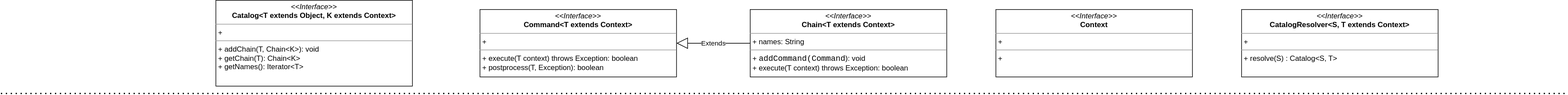
This is biz-chains/docs/draw.io/biz-chains图解.svg from airblock/gustavo-tools, a draw.io export, as it was before one commit. Source tidied: cells renumbered, new cells last; positions are measured from the earlier drawing's top-left corner, leaving out a move shared by most shapes.
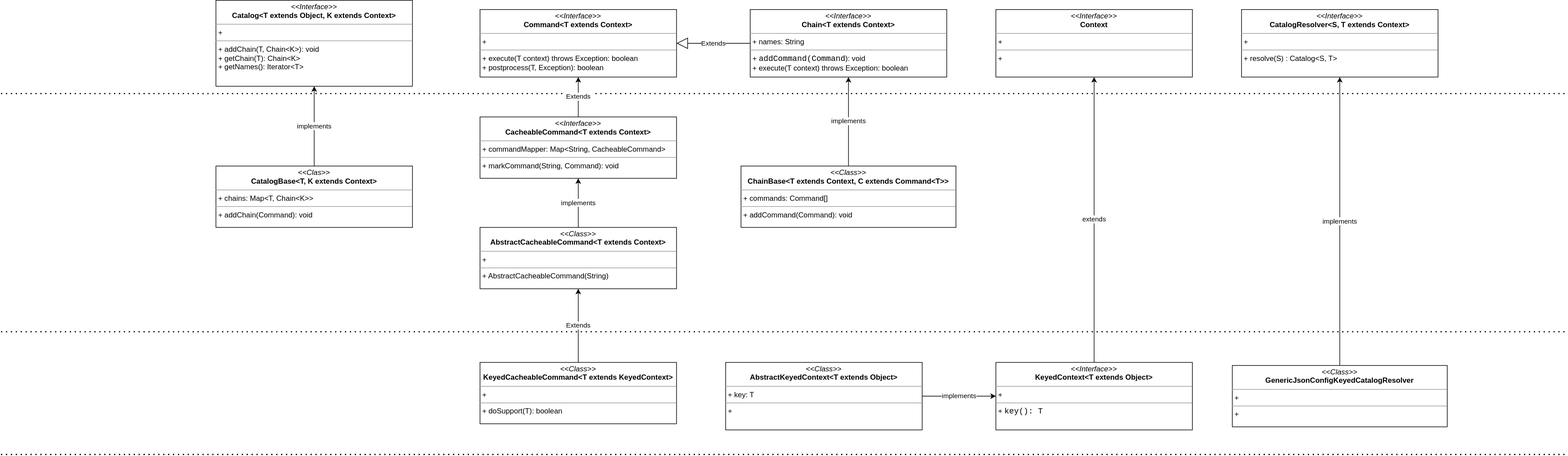
Above is the later version.

Commit message:
solve generic problem

What changed in the source:
```diff
@@ -26,5 +26,65 @@
     <mxCell id="8" value="&lt;p style=&quot;margin: 0px ; margin-top: 4px ; text-align: center&quot;&gt;&lt;i&gt;&amp;lt;&amp;lt;Interface&amp;gt;&amp;gt;&lt;/i&gt;&lt;br&gt;&lt;b&gt;CatalogResolver&amp;lt;S, T extends Context&amp;gt;&lt;/b&gt;&lt;/p&gt;&lt;hr size=&quot;1&quot;&gt;&lt;p style=&quot;margin: 0px ; margin-left: 4px&quot;&gt;+&lt;br&gt;&lt;/p&gt;&lt;hr size=&quot;1&quot;&gt;&lt;p style=&quot;margin: 0px ; margin-left: 4px&quot;&gt;&lt;span&gt;+ resolve(S) : Catalog&amp;lt;S, T&amp;gt;&lt;/span&gt;&lt;br&gt;&lt;/p&gt;" style="verticalAlign=top;align=left;overflow=fill;fontSize=12;fontFamily=Helvetica;html=1;" parent="1" vertex="1">
       <mxGeometry x="2020" y="15" width="320" height="110" as="geometry" />
     </mxCell>
+    <mxCell id="9" value="&amp;nbsp;Extends&amp;nbsp;" style="edgeStyle=orthogonalEdgeStyle;rounded=0;jettySize=auto;html=1;exitX=0.5;exitY=0;exitDx=0;exitDy=0;entryX=0.5;entryY=1;entryDx=0;entryDy=0;" parent="1" edge="1" source="11" target="5">
+      <mxGeometry relative="1" as="geometry" />
+    </mxCell>
+    <mxCell id="10" value="implements" style="edgeStyle=orthogonalEdgeStyle;rounded=0;jettySize=auto;html=1;" parent="1" edge="1" source="13" target="11">
+      <mxGeometry relative="1" as="geometry" />
+    </mxCell>
+    <mxCell id="11" value="&lt;p style=&quot;margin: 0px ; margin-top: 4px ; text-align: center&quot;&gt;&lt;i&gt;&amp;lt;&amp;lt;Interface&amp;gt;&amp;gt;&lt;/i&gt;&lt;br&gt;&lt;b&gt;CacheableCommand&amp;lt;T extends Context&amp;gt;&lt;/b&gt;&lt;/p&gt;&lt;hr size=&quot;1&quot;&gt;&lt;p style=&quot;margin: 0px ; margin-left: 4px&quot;&gt;+ commandMapper: Map&amp;lt;String, CacheableCommand&amp;gt;&amp;nbsp;&lt;/p&gt;&lt;hr size=&quot;1&quot;&gt;&lt;p style=&quot;margin: 0px ; margin-left: 4px&quot;&gt;+ markCommand(String, Command): void&lt;/p&gt;" style="verticalAlign=top;align=left;overflow=fill;fontSize=12;fontFamily=Helvetica;html=1;" parent="1" vertex="1">
+      <mxGeometry x="780" y="190" width="320" height="100" as="geometry" />
+    </mxCell>
+    <mxCell id="12" value="Extends" style="edgeStyle=orthogonalEdgeStyle;rounded=0;jettySize=auto;html=1;" parent="1" edge="1" source="25" target="13">
+      <mxGeometry relative="1" as="geometry" />
+    </mxCell>
+    <mxCell id="13" value="&lt;p style=&quot;margin: 0px ; margin-top: 4px ; text-align: center&quot;&gt;&lt;i&gt;&amp;lt;&amp;lt;Class&amp;gt;&amp;gt;&lt;/i&gt;&lt;br&gt;&lt;b&gt;AbstractCacheableCommand&amp;lt;T extends Context&amp;gt;&lt;/b&gt;&lt;br&gt;&lt;/p&gt;&lt;hr size=&quot;1&quot;&gt;&lt;p style=&quot;margin: 0px ; margin-left: 4px&quot;&gt;+&amp;nbsp;&lt;/p&gt;&lt;hr size=&quot;1&quot;&gt;&lt;p style=&quot;margin: 0px ; margin-left: 4px&quot;&gt;+ AbstractCacheableCommand(String)&lt;/p&gt;" style="verticalAlign=top;align=left;overflow=fill;fontSize=12;fontFamily=Helvetica;html=1;" parent="1" vertex="1">
+      <mxGeometry x="780" y="370" width="320" height="100" as="geometry" />
+    </mxCell>
+    <mxCell id="14" value="implements" style="edgeStyle=orthogonalEdgeStyle;rounded=0;jettySize=auto;html=1;entryX=0.5;entryY=1;entryDx=0;entryDy=0;" parent="1" edge="1" source="15" target="4">
+      <mxGeometry relative="1" as="geometry" />
+    </mxCell>
+    <mxCell id="15" value="&lt;p style=&quot;margin: 0px ; margin-top: 4px ; text-align: center&quot;&gt;&lt;i&gt;&amp;lt;&amp;lt;Class&amp;gt;&amp;gt;&lt;/i&gt;&lt;br&gt;&lt;b&gt;ChainBase&amp;lt;T extends Context, C extends Command&amp;lt;T&amp;gt;&amp;gt;&lt;/b&gt;&lt;br&gt;&lt;/p&gt;&lt;hr size=&quot;1&quot;&gt;&lt;p style=&quot;margin: 0px ; margin-left: 4px&quot;&gt;+ commands: Command[]&amp;nbsp;&lt;/p&gt;&lt;hr size=&quot;1&quot;&gt;&lt;p style=&quot;margin: 0px ; margin-left: 4px&quot;&gt;+ addCommand(Command): void&lt;/p&gt;" style="verticalAlign=top;align=left;overflow=fill;fontSize=12;fontFamily=Helvetica;html=1;" parent="1" vertex="1">
+      <mxGeometry x="1205" y="270" width="350" height="100" as="geometry" />
+    </mxCell>
+    <mxCell id="16" value="implements" style="edgeStyle=orthogonalEdgeStyle;rounded=0;jettySize=auto;html=1;" parent="1" edge="1" source="17" target="3">
+      <mxGeometry relative="1" as="geometry" />
+    </mxCell>
+    <mxCell id="17" value="&lt;p style=&quot;margin: 0px ; margin-top: 4px ; text-align: center&quot;&gt;&lt;i&gt;&amp;lt;&amp;lt;Clas&amp;gt;&amp;gt;&lt;/i&gt;&lt;br&gt;&lt;b&gt;CatalogBase&amp;lt;T, K extends Context&amp;gt;&lt;/b&gt;&lt;br&gt;&lt;/p&gt;&lt;hr size=&quot;1&quot;&gt;&lt;p style=&quot;margin: 0px ; margin-left: 4px&quot;&gt;+ chains: Map&amp;lt;T, Chain&amp;lt;K&amp;gt;&amp;gt;&amp;nbsp;&lt;/p&gt;&lt;hr size=&quot;1&quot;&gt;&lt;p style=&quot;margin: 0px ; margin-left: 4px&quot;&gt;+ addChain(Command): void&lt;/p&gt;" style="verticalAlign=top;align=left;overflow=fill;fontSize=12;fontFamily=Helvetica;html=1;" parent="1" vertex="1">
+      <mxGeometry x="350" y="270" width="320" height="100" as="geometry" />
+    </mxCell>
+    <mxCell id="18" style="endArrow=none;dashed=1;html=1;dashPattern=1 3;strokeWidth=2;rounded=0;" parent="1" edge="1">
+      <mxGeometry relative="1" as="geometry">
+        <mxPoint y="540" as="sourcePoint" />
+        <mxPoint x="2550" y="540" as="targetPoint" />
+      </mxGeometry>
+    </mxCell>
+    <mxCell id="19" value="extends" style="edgeStyle=orthogonalEdgeStyle;rounded=0;jettySize=auto;html=1;entryX=0.5;entryY=1;entryDx=0;entryDy=0;" parent="1" edge="1" source="21" target="7">
+      <mxGeometry relative="1" as="geometry" />
+    </mxCell>
+    <mxCell id="20" value="implements" style="edgeStyle=orthogonalEdgeStyle;rounded=0;jettySize=auto;html=1;" parent="1" edge="1" source="24" target="21">
+      <mxGeometry relative="1" as="geometry" />
+    </mxCell>
+    <mxCell id="21" value="&lt;p style=&quot;margin: 0px ; margin-top: 4px ; text-align: center&quot;&gt;&lt;i&gt;&amp;lt;&amp;lt;Interface&amp;gt;&amp;gt;&lt;/i&gt;&lt;br&gt;&lt;b&gt;KeyedContext&amp;lt;T extends Object&amp;gt;&lt;/b&gt;&lt;br&gt;&lt;/p&gt;&lt;hr size=&quot;1&quot;&gt;&lt;p style=&quot;margin: 0px ; margin-left: 4px&quot;&gt;+&amp;nbsp;&lt;br&gt;&lt;/p&gt;&lt;hr size=&quot;1&quot;&gt;&lt;p style=&quot;margin: 0px ; margin-left: 4px&quot;&gt;+&amp;nbsp;&lt;span style=&quot;background-color: rgb(255 , 255 , 255) ; font-family: &amp;#34;jetbrains mono&amp;#34; , monospace ; font-size: 9.8pt&quot;&gt;key(): T&lt;/span&gt;&lt;/p&gt;" style="verticalAlign=top;align=left;overflow=fill;fontSize=12;fontFamily=Helvetica;html=1;" parent="1" vertex="1">
+      <mxGeometry x="1620" y="590" width="320" height="110" as="geometry" />
+    </mxCell>
+    <mxCell id="22" value="implements" style="edgeStyle=orthogonalEdgeStyle;rounded=0;jettySize=auto;html=1;entryX=0.5;entryY=1;entryDx=0;entryDy=0;" parent="1" edge="1" source="23" target="8">
+      <mxGeometry relative="1" as="geometry" />
+    </mxCell>
+    <mxCell id="23" value="&lt;p style=&quot;margin: 0px ; margin-top: 4px ; text-align: center&quot;&gt;&lt;i&gt;&amp;lt;&amp;lt;Class&amp;gt;&amp;gt;&lt;/i&gt;&lt;br&gt;&lt;b&gt;GenericJsonConfigKeyedCatalogResolver&lt;/b&gt;&lt;br&gt;&lt;/p&gt;&lt;hr size=&quot;1&quot;&gt;&lt;p style=&quot;margin: 0px ; margin-left: 4px&quot;&gt;+&amp;nbsp;&lt;/p&gt;&lt;hr size=&quot;1&quot;&gt;&lt;p style=&quot;margin: 0px ; margin-left: 4px&quot;&gt;+&amp;nbsp;&lt;/p&gt;" style="verticalAlign=top;align=left;overflow=fill;fontSize=12;fontFamily=Helvetica;html=1;" parent="1" vertex="1">
+      <mxGeometry x="2005" y="595" width="350" height="100" as="geometry" />
+    </mxCell>
+    <mxCell id="24" value="&lt;p style=&quot;margin: 0px ; margin-top: 4px ; text-align: center&quot;&gt;&lt;i&gt;&amp;lt;&amp;lt;Class&amp;gt;&amp;gt;&lt;/i&gt;&lt;br&gt;&lt;b&gt;AbstractKeyedContext&amp;lt;T extends Object&amp;gt;&lt;/b&gt;&lt;br&gt;&lt;/p&gt;&lt;hr size=&quot;1&quot;&gt;&lt;p style=&quot;margin: 0px ; margin-left: 4px&quot;&gt;+&amp;nbsp;key: T&lt;br&gt;&lt;/p&gt;&lt;hr size=&quot;1&quot;&gt;&lt;p style=&quot;margin: 0px ; margin-left: 4px&quot;&gt;+&amp;nbsp;&lt;/p&gt;" style="verticalAlign=top;align=left;overflow=fill;fontSize=12;fontFamily=Helvetica;html=1;" parent="1" vertex="1">
+      <mxGeometry x="1180" y="590" width="320" height="110" as="geometry" />
+    </mxCell>
+    <mxCell id="25" value="&lt;p style=&quot;margin: 0px ; margin-top: 4px ; text-align: center&quot;&gt;&lt;i&gt;&amp;lt;&amp;lt;Class&amp;gt;&amp;gt;&lt;/i&gt;&lt;br&gt;&lt;b&gt;KeyedCacheableCommand&amp;lt;T extends KeyedContext&amp;gt;&lt;/b&gt;&lt;br&gt;&lt;/p&gt;&lt;hr size=&quot;1&quot;&gt;&lt;p style=&quot;margin: 0px ; margin-left: 4px&quot;&gt;+&amp;nbsp;&lt;/p&gt;&lt;hr size=&quot;1&quot;&gt;&lt;p style=&quot;margin: 0px ; margin-left: 4px&quot;&gt;+&amp;nbsp;doSupport(T): boolean&lt;/p&gt;" style="verticalAlign=top;align=left;overflow=fill;fontSize=12;fontFamily=Helvetica;html=1;" parent="1" vertex="1">
+      <mxGeometry x="780" y="590" width="320" height="100" as="geometry" />
+    </mxCell>
+    <mxCell id="26" style="endArrow=none;dashed=1;html=1;dashPattern=1 3;strokeWidth=2;rounded=0;" parent="1" edge="1">
+      <mxGeometry relative="1" as="geometry">
+        <mxPoint y="740" as="sourcePoint" />
+        <mxPoint x="2550" y="740" as="targetPoint" />
+      </mxGeometry>
+    </mxCell>
   </root>
 </mxGraphModel>
```
